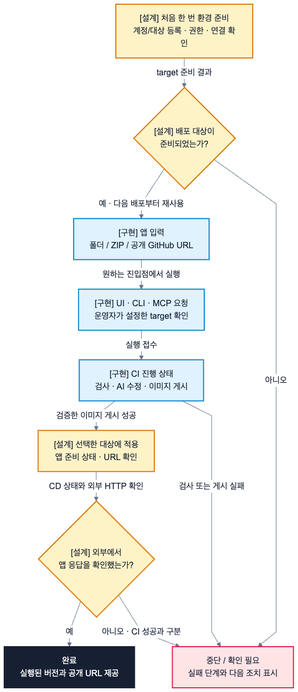
Earlier version of the Mermaid export docs/architecture/diagrams/user-flow.png (Jasmin-Softbank/Railshot). Its source is kept beside it as docs/architecture/diagrams/user-flow.mmd. The source it was exported from:
```mermaid
%%{init: {"theme":"base","fontFamily":"Arial,sans-serif","themeVariables":{"fontFamily":"Arial,sans-serif","fontSize":"16px","primaryTextColor":"#172033","lineColor":"#64748b","edgeLabelBackground":"#ffffff","clusterBkg":"#f8fafc","clusterBorder":"#cbd5e1"},"flowchart":{"curve":"linear","nodeSpacing":28,"rankSpacing":32,"htmlLabels":true,"subGraphTitleMargin":{"top":12,"bottom":30}}}}%%
flowchart TB
  SETUP["[설계] 처음 한 번 환경 준비<br/>계정/대상 등록 · 권한 · 연결 확인"]:::design
  READY{"[설계] 배포 대상이<br/>준비되었는가?"}:::design
  SOURCE["[구현] 앱 입력<br/>폴더 / ZIP / 공개 GitHub URL"]:::code
  REQUEST["[구현] UI · CLI · MCP 요청<br/>운영자가 설정한 target 확인"]:::code
  PROGRESS["[구현] CI 진행 상태<br/>검사 · AI 수정 · 이미지 게시"]:::code
  APPLY["[설계] 선택한 대상에 적용<br/>앱 준비 상태 · URL 확인"]:::design
  CHECK{"[설계] 외부에서<br/>앱 응답을 확인했는가?"}:::design
  DONE["완료<br/>실행된 버전과 공개 URL 제공"]:::actor
  STOP["중단 / 확인 필요<br/>실패 단계와 다음 조치 표시"]:::pending
  SETUP -->|"target 준비 결과"| READY
  READY -->|"예 · 다음 배포부터 재사용"| SOURCE
  READY -->|"아니오"| STOP
  SOURCE -->|"원하는 진입점에서 실행"| REQUEST
  REQUEST -->|"실행 접수"| PROGRESS
  PROGRESS -->|"검증한 이미지 게시 성공"| APPLY
  PROGRESS -->|"검사 또는 게시 실패"| STOP
  APPLY -->|"CD 상태와 외부 HTTP 확인"| CHECK
  CHECK -->|"예"| DONE
  CHECK -->|"아니오 · CI 성공과 구분"| STOP

classDef code fill:#e0f2fe,stroke:#0284c7,color:#172033,stroke-width:2px
classDef design fill:#fef3c7,stroke:#d97706,color:#172033,stroke-width:2px
classDef pending fill:#ffe4e6,stroke:#e11d48,color:#172033,stroke-width:2px
classDef actor fill:#172033,stroke:#172033,color:#ffffff,stroke-width:2px
```
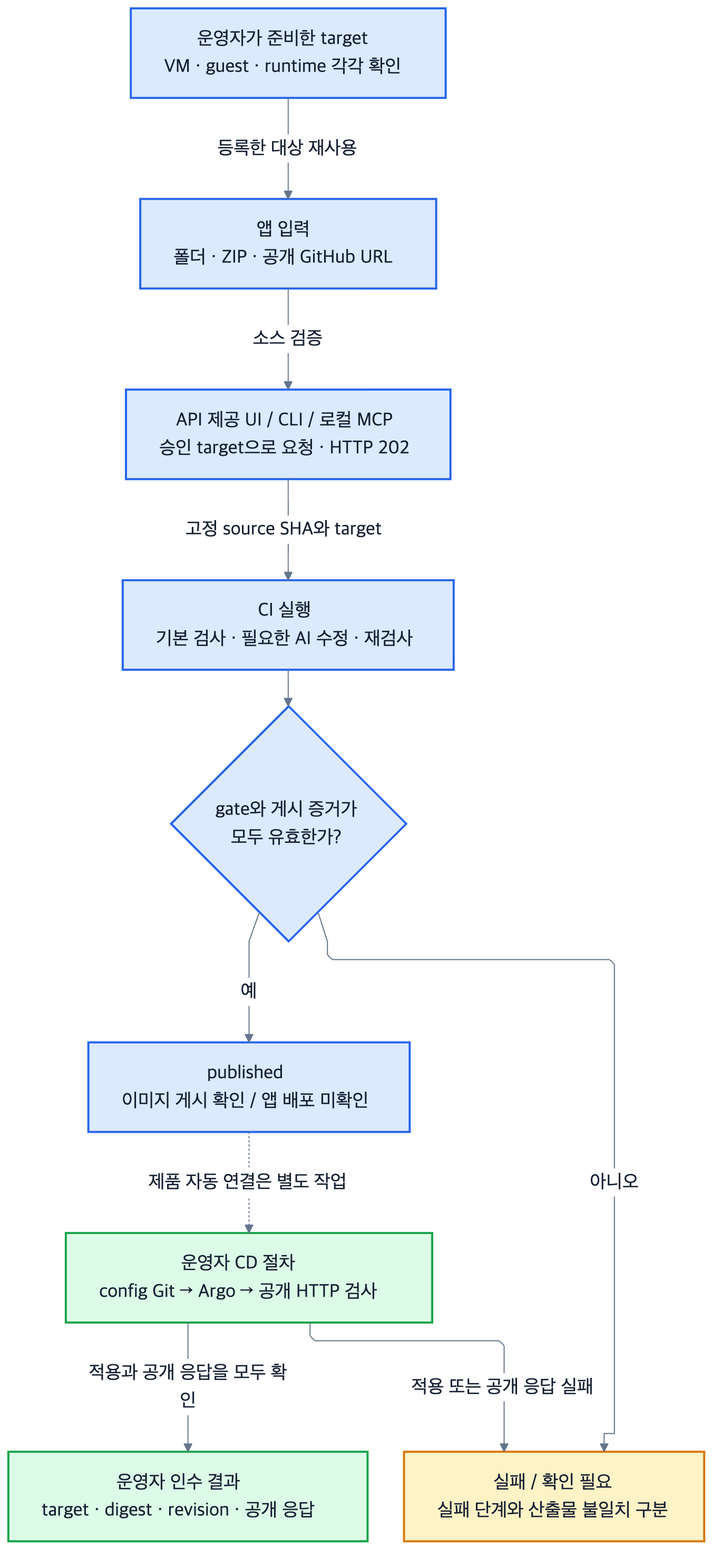
After the change.

What changed in the source:
```diff
@@ -1,26 +1,27 @@
-%%{init: {"theme":"base","fontFamily":"Arial,sans-serif","themeVariables":{"fontFamily":"Arial,sans-serif","fontSize":"16px","primaryTextColor":"#172033","lineColor":"#64748b","edgeLabelBackground":"#ffffff","clusterBkg":"#f8fafc","clusterBorder":"#cbd5e1"},"flowchart":{"curve":"linear","nodeSpacing":28,"rankSpacing":32,"htmlLabels":true,"subGraphTitleMargin":{"top":12,"bottom":30}}}}%%
+%%{init: {"theme":"base","themeVariables":{"fontFamily":"Arial, Apple SD Gothic Neo, sans-serif","fontSize":"18px","lineColor":"#64748b","primaryTextColor":"#172033","clusterBkg":"#f8fafc","clusterBorder":"#cbd5e1","edgeLabelBackground":"#ffffff"},"flowchart":{"curve":"linear","defaultRenderer":"elk","nodeSpacing":28,"rankSpacing":42,"htmlLabels":true,"wrappingWidth":340,"padding":16}}}%%
 flowchart TB
-  SETUP["[설계] 처음 한 번 환경 준비<br/>계정/대상 등록 · 권한 · 연결 확인"]:::design
-  READY{"[설계] 배포 대상이<br/>준비되었는가?"}:::design
-  SOURCE["[구현] 앱 입력<br/>폴더 / ZIP / 공개 GitHub URL"]:::code
-  REQUEST["[구현] UI · CLI · MCP 요청<br/>운영자가 설정한 target 확인"]:::code
-  PROGRESS["[구현] CI 진행 상태<br/>검사 · AI 수정 · 이미지 게시"]:::code
-  APPLY["[설계] 선택한 대상에 적용<br/>앱 준비 상태 · URL 확인"]:::design
-  CHECK{"[설계] 외부에서<br/>앱 응답을 확인했는가?"}:::design
-  DONE["완료<br/>실행된 버전과 공개 URL 제공"]:::actor
-  STOP["중단 / 확인 필요<br/>실패 단계와 다음 조치 표시"]:::pending
-  SETUP -->|"target 준비 결과"| READY
-  READY -->|"예 · 다음 배포부터 재사용"| SOURCE
-  READY -->|"아니오"| STOP
-  SOURCE -->|"원하는 진입점에서 실행"| REQUEST
-  REQUEST -->|"실행 접수"| PROGRESS
-  PROGRESS -->|"검증한 이미지 게시 성공"| APPLY
-  PROGRESS -->|"검사 또는 게시 실패"| STOP
-  APPLY -->|"CD 상태와 외부 HTTP 확인"| CHECK
-  CHECK -->|"예"| DONE
-  CHECK -->|"아니오 · CI 성공과 구분"| STOP
-
-classDef code fill:#e0f2fe,stroke:#0284c7,color:#172033,stroke-width:2px
-classDef design fill:#fef3c7,stroke:#d97706,color:#172033,stroke-width:2px
-classDef pending fill:#ffe4e6,stroke:#e11d48,color:#172033,stroke-width:2px
-classDef actor fill:#172033,stroke:#172033,color:#ffffff,stroke-width:2px
+ T["운영자가 준비한 target<br/>VM · guest · runtime 각각 확인"]
+ I["앱 입력<br/>폴더 · ZIP · 공개 GitHub URL"]
+ Q["API 제공 UI / CLI / 로컬 MCP<br/>승인 target으로 요청 · HTTP 202"]
+ CI["CI 실행<br/>기본 검사 · 필요한 AI 수정 · 재검사"]
+ G{"gate와 게시 증거가<br/>모두 유효한가?"}
+ P["published<br/>이미지 게시 확인 / 앱 배포 미확인"]
+ CD["운영자 CD 절차<br/>config Git → Argo → 공개 HTTP 검사"]
+ END["운영자 인수 결과<br/>target · digest · revision · 공개 응답"]
+ FAIL["실패 / 확인 필요<br/>실패 단계와 산출물 불일치 구분"]
+ T -->|"등록한 대상 재사용"| I
+ I -->|"소스 검증"| Q
+ Q -->|"고정 source SHA와 target"| CI
+ CI --> G
+ G -->|"예"| P
+ G -->|"아니오"| FAIL
+ P -.->|"제품 자동 연결은 별도 작업"| CD
+ CD -->|"적용과 공개 응답을 모두 확인"| END
+ CD -->|"적용 또는 공개 응답 실패"| FAIL
+ class T,I,Q,CI,G,P code
+ class CD,END evidence
+ class FAIL pending
+classDef code fill:#dbeafe,stroke:#2563eb,color:#172033,stroke-width:2px
+classDef evidence fill:#dcfce7,stroke:#16a34a,color:#172033,stroke-width:2px
+classDef pending fill:#fef3c7,stroke:#d97706,color:#172033,stroke-width:2px
+classDef external fill:#f1f5f9,stroke:#64748b,color:#172033,stroke-width:2px
```
